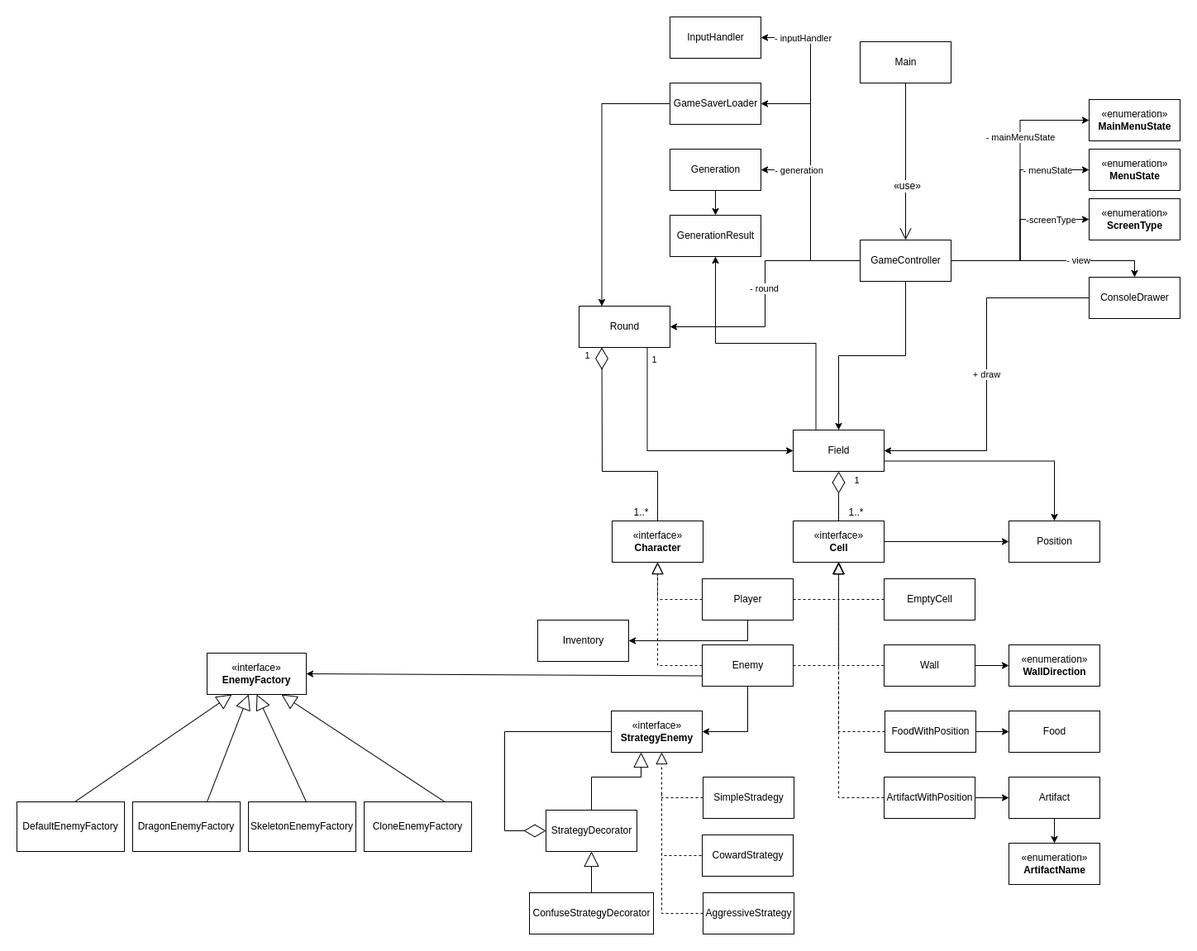
The draw.io diagram img/Logic.png in MariaChizhova/HSE-SD-Roguelike, before a commit. Source tidied: cells renumbered, new cells last; positions are measured from the earlier drawing's top-left corner, leaving out a move shared by most shapes.
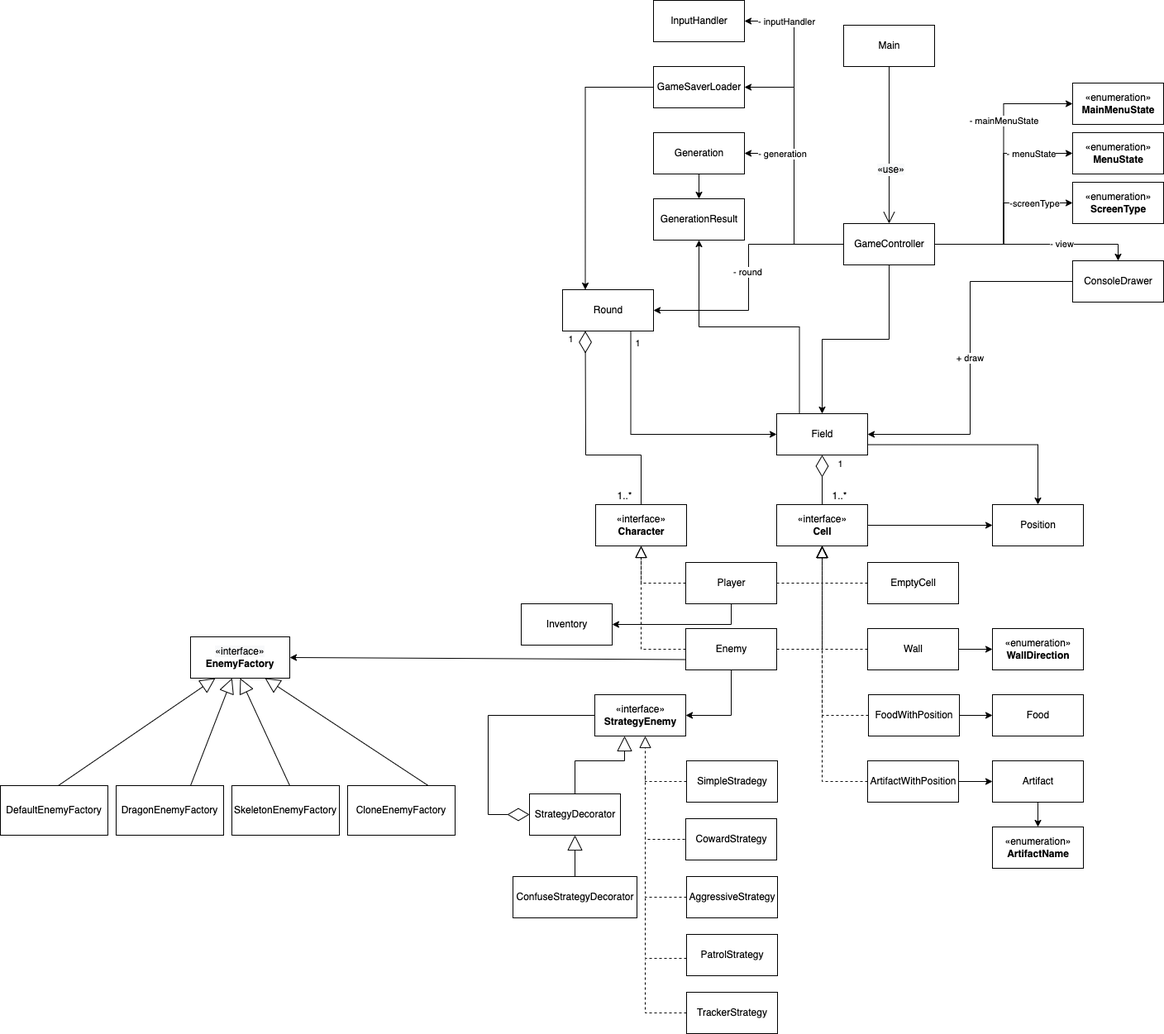
The same diagram one commit later.

Diff of the diagram source:
```diff
@@ -1,4 +1,4 @@
-<mxGraphModel>
+<mxGraphModel background="#ffffff">
   <root>
     <mxCell id="0" />
     <mxCell id="1" parent="0" />
@@ -375,5 +375,29 @@
     <mxCell id="94" style="rounded=0;jettySize=auto;html=1;entryX=1;entryY=0.5;entryDx=0;entryDy=0;exitX=0;exitY=0.75;exitDx=0;exitDy=0;" parent="1" edge="1" source="15" target="85">
       <mxGeometry relative="1" as="geometry" />
     </mxCell>
+    <mxCell id="95" value="&lt;pre style=&quot;background-color: rgb(255 , 255 , 255) ; color: rgb(8 , 8 , 8)&quot;&gt;&lt;span style=&quot;color: rgb(0 , 0 , 0)&quot;&gt;&lt;font face=&quot;Helvetica&quot;&gt;PatrolStrategy&lt;/font&gt;&lt;/span&gt;&lt;/pre&gt;" style="html=1;" parent="1" vertex="1">
+      <mxGeometry x="830" y="1130" width="110" height="50" as="geometry" />
+    </mxCell>
+    <mxCell id="96" style="endArrow=none;dashed=1;html=1;rounded=0;exitX=0;exitY=0.5;exitDx=0;exitDy=0;" parent="1" edge="1">
+      <mxGeometry relative="1" as="geometry">
+        <mxPoint x="830" y="1159" as="sourcePoint" />
+        <mxPoint x="780" y="1084" as="targetPoint" />
+        <Array as="points">
+          <mxPoint x="780" y="1159" />
+        </Array>
+      </mxGeometry>
+    </mxCell>
+    <mxCell id="97" value="&lt;pre style=&quot;background-color: rgb(255 , 255 , 255) ; color: rgb(8 , 8 , 8)&quot;&gt;&lt;span style=&quot;color: rgb(0 , 0 , 0)&quot;&gt;&lt;font face=&quot;Helvetica&quot;&gt;TrackerStrategy&lt;/font&gt;&lt;/span&gt;&lt;/pre&gt;" style="html=1;" parent="1" vertex="1">
+      <mxGeometry x="830" y="1200" width="110" height="50" as="geometry" />
+    </mxCell>
+    <mxCell id="98" style="endArrow=none;dashed=1;html=1;rounded=0;exitX=0;exitY=0.5;exitDx=0;exitDy=0;" parent="1" edge="1">
+      <mxGeometry relative="1" as="geometry">
+        <mxPoint x="830" y="1225" as="sourcePoint" />
+        <mxPoint x="780" y="1160" as="targetPoint" />
+        <Array as="points">
+          <mxPoint x="780" y="1225" />
+        </Array>
+      </mxGeometry>
+    </mxCell>
   </root>
 </mxGraphModel>
```
